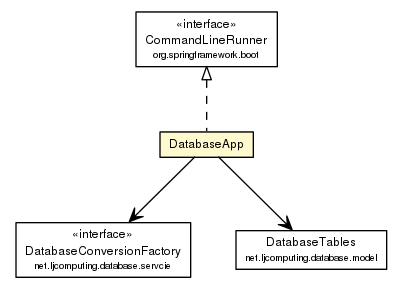
The Graphviz diagram docs/javadoc/apidocs/net/ljcomputing/database/DatabaseApp.png in willmorejg/net.ljcomputing.database, before a commit. Its source is kept beside it as docs/javadoc/apidocs/net/ljcomputing/database/DatabaseApp.dot.
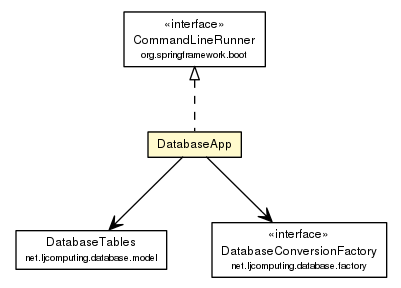
The same file after the commit.

What changed in the source:
```diff
@@ -4,28 +4,28 @@
 	node [fontname="Helvetica",fontsize=10,shape=plaintext];
 	nodesep=0.25;
 	ranksep=0.5;
-	c132 [label=<<table title="net.ljcomputing.database.servcie.DatabaseConversionFactory" border="0" cellborder="1" cellspacing="0" cellpadding="2" port="p" href="./servcie/DatabaseConversionFactory.html">
-		<tr><td><table border="0" cellspacing="0" cellpadding="1">
-<tr><td align="center" balign="center"> &#171;interface&#187; </td></tr>
-<tr><td align="center" balign="center"> DatabaseConversionFactory </td></tr>
-<tr><td align="center" balign="center"><font point-size="7.0"> net.ljcomputing.database.servcie </font></td></tr>
-		</table></td></tr>
-		</table>>, URL="./servcie/DatabaseConversionFactory.html", fontname="Helvetica", fontcolor="black", fontsize=9.0];
-	c138 [label=<<table title="net.ljcomputing.database.DatabaseApp" border="0" cellborder="1" cellspacing="0" cellpadding="2" port="p" bgcolor="lemonChiffon" href="./DatabaseApp.html">
+	c516 [label=<<table title="net.ljcomputing.database.DatabaseApp" border="0" cellborder="1" cellspacing="0" cellpadding="2" port="p" bgcolor="lemonChiffon" href="./DatabaseApp.html">
 		<tr><td><table border="0" cellspacing="0" cellpadding="1">
 <tr><td align="center" balign="center"> DatabaseApp </td></tr>
 		</table></td></tr>
 		</table>>, URL="./DatabaseApp.html", fontname="Helvetica", fontcolor="black", fontsize=9.0];
-	c139 [label=<<table title="net.ljcomputing.database.model.DatabaseTables" border="0" cellborder="1" cellspacing="0" cellpadding="2" port="p" href="./model/DatabaseTables.html">
+	c517 [label=<<table title="net.ljcomputing.database.model.DatabaseTables" border="0" cellborder="1" cellspacing="0" cellpadding="2" port="p" href="./model/DatabaseTables.html">
 		<tr><td><table border="0" cellspacing="0" cellpadding="1">
 <tr><td align="center" balign="center"> DatabaseTables </td></tr>
 <tr><td align="center" balign="center"><font point-size="7.0"> net.ljcomputing.database.model </font></td></tr>
 		</table></td></tr>
 		</table>>, URL="./model/DatabaseTables.html", fontname="Helvetica", fontcolor="black", fontsize=9.0];
-	c143:p -> c138:p [dir=back,arrowtail=empty,style=dashed];
-	c138:p -> c139:p [taillabel="", label="", headlabel="", fontname="Helvetica", fontcolor="black", fontsize=10.0, color="black", arrowhead=open];
-	c138:p -> c132:p [taillabel="", label="", headlabel="", fontname="Helvetica", fontcolor="black", fontsize=10.0, color="black", arrowhead=open];
-	c143 [label=<<table title="org.springframework.boot.CommandLineRunner" border="0" cellborder="1" cellspacing="0" cellpadding="2" port="p">
+	c521 [label=<<table title="net.ljcomputing.database.factory.DatabaseConversionFactory" border="0" cellborder="1" cellspacing="0" cellpadding="2" port="p" href="./factory/DatabaseConversionFactory.html">
+		<tr><td><table border="0" cellspacing="0" cellpadding="1">
+<tr><td align="center" balign="center"> &#171;interface&#187; </td></tr>
+<tr><td align="center" balign="center"> DatabaseConversionFactory </td></tr>
+<tr><td align="center" balign="center"><font point-size="7.0"> net.ljcomputing.database.factory </font></td></tr>
+		</table></td></tr>
+		</table>>, URL="./factory/DatabaseConversionFactory.html", fontname="Helvetica", fontcolor="black", fontsize=9.0];
+	c524:p -> c516:p [dir=back,arrowtail=empty,style=dashed];
+	c516:p -> c517:p [taillabel="", label="", headlabel="", fontname="Helvetica", fontcolor="black", fontsize=10.0, color="black", arrowhead=open];
+	c516:p -> c521:p [taillabel="", label="", headlabel="", fontname="Helvetica", fontcolor="black", fontsize=10.0, color="black", arrowhead=open];
+	c524 [label=<<table title="org.springframework.boot.CommandLineRunner" border="0" cellborder="1" cellspacing="0" cellpadding="2" port="p">
 		<tr><td><table border="0" cellspacing="0" cellpadding="1">
 <tr><td align="center" balign="center"> &#171;interface&#187; </td></tr>
 <tr><td align="center" balign="center"> CommandLineRunner </td></tr>
```
